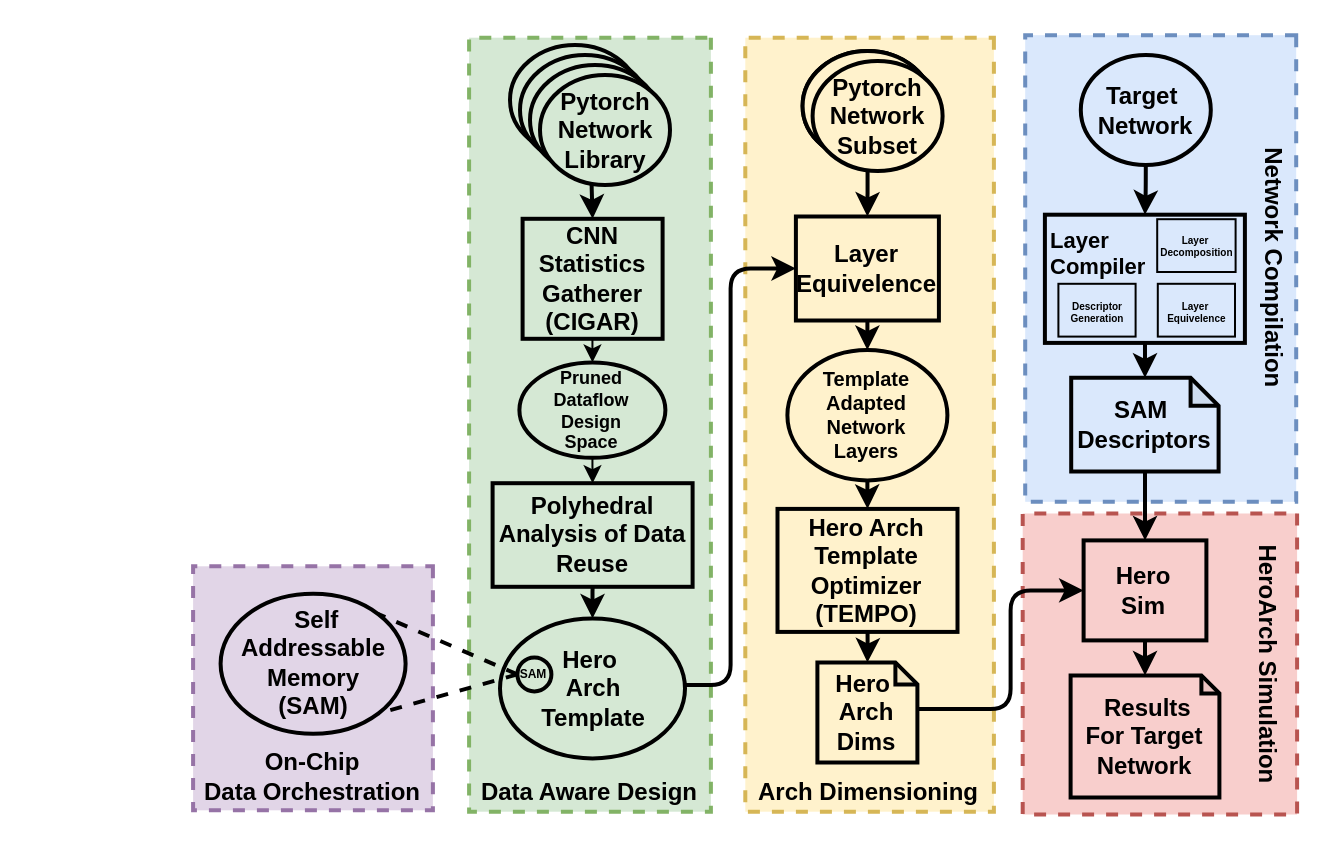
Above: FigSource/intro.drawio in asultan123/MSPaper (draw.io), before the change. Source tidied: cells renumbered, new cells numbered last; positions are measured from the earlier drawing's top-left corner, leaving out a move shared by most shapes. Both pictures are drawn from the tidied source at 200%, with x=0, y=0 at pixel (190, 44).
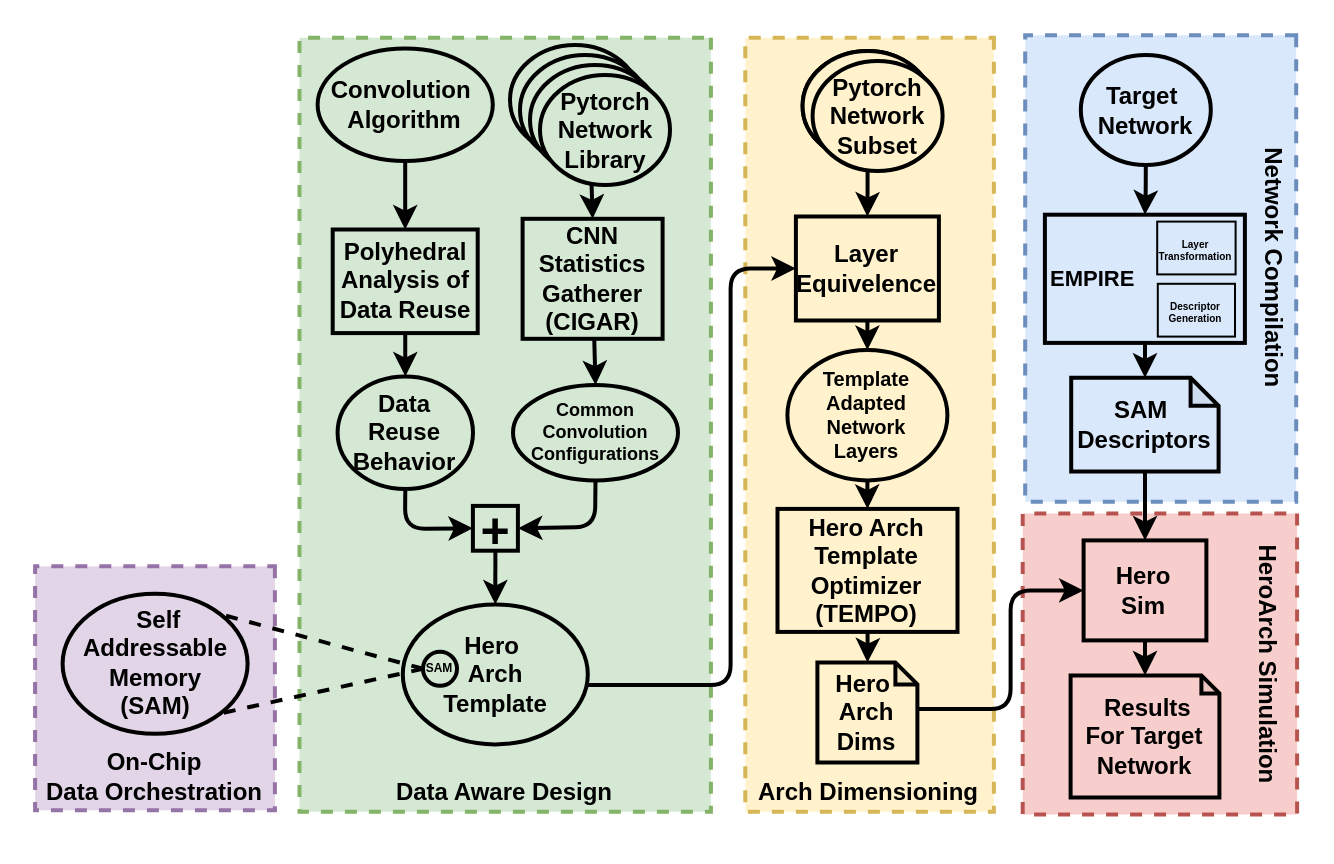
After the change.

Commit message (it also covers changes not shown here):
Fix Intro; add chap intro to tempo, net_compile

The change refers to these unchanged cells:
```xml
<mxCell id="9" value="CNN Statistics Gatherer (CIGAR)" style="rounded=0;whiteSpace=wrap;html=1;verticalAlign=middle;horizontal=0;rotation=90;fontStyle=1;fillColor=#d5e8d4;strokeColor=#000000;strokeWidth=2;" parent="1" vertex="1">
  <mxGeometry x="170.8" y="81.9" width="60" height="70" as="geometry" />
</mxCell>
```

Diff of the diagram source:
```diff
@@
     <mxCell id="2" value="On-Chip &lt;br&gt;Data Orchestration" style="rounded=0;whiteSpace=wrap;html=1;verticalAlign=bottom;horizontal=0;rotation=90;dashed=1;fillColor=#e1d5e7;strokeColor=#9673a6;fontStyle=1;strokeWidth=2;" parent="1" vertex="1">
-      <mxGeometry y="261.7" width="122" height="119.9" as="geometry" />
+      <mxGeometry x="-79" y="261.7" width="122" height="119.9" as="geometry" />
     </mxCell>
@@
+    <mxCell id="48" style="edgeStyle=none;html=1;" parent="1" edge="1" source="4" target="14">
+      <mxGeometry relative="1" as="geometry" />
+    </mxCell>
     <mxCell id="4" value="Data Aware Design" style="rounded=0;whiteSpace=wrap;html=1;verticalAlign=bottom;horizontal=0;rotation=90;dashed=1;fillColor=#d5e8d4;strokeColor=#82b366;fontStyle=1;strokeWidth=2;" parent="1" vertex="1">
-      <mxGeometry x="6" y="129.4" width="387" height="120.9" as="geometry" />
+      <mxGeometry x="-36.4" y="87" width="387" height="205.7" as="geometry" />
     </mxCell>
@@
     <mxCell id="6" value="Hero&amp;nbsp;&lt;br&gt;Arch&lt;br&gt;Template" style="ellipse;whiteSpace=wrap;html=1;fontStyle=1;fillColor=#d5e8d4;strokeColor=#000000;strokeWidth=2;" parent="1" vertex="1">
-      <mxGeometry x="154.5" y="286.7" width="92.5" height="70" as="geometry" />
+      <mxGeometry x="105.9" y="279.7" width="92.5" height="70" as="geometry" />
     </mxCell>
@@
-    <mxCell id="8" style="edgeStyle=none;html=1;entryX=0.5;entryY=0;entryDx=0;entryDy=0;fontSize=11;" parent="1" edge="1" source="9" target="45">
+    <mxCell id="8" style="edgeStyle=none;html=1;entryX=0.5;entryY=0;entryDx=0;entryDy=0;fontSize=11;strokeWidth=2;" parent="1" edge="1" source="9" target="45">
       <mxGeometry relative="1" as="geometry" />
     </mxCell>
@@
-    <mxCell id="10" style="edgeStyle=none;html=1;entryX=0.5;entryY=0;entryDx=0;entryDy=0;fontStyle=1;fillColor=#d5e8d4;strokeColor=#000000;strokeWidth=2;" parent="1" edge="1" source="11" target="6">
-      <mxGeometry relative="1" as="geometry" />
-    </mxCell>
-    <mxCell id="11" value="Polyhedral Analysis of Data Reuse" style="rounded=0;whiteSpace=wrap;html=1;verticalAlign=middle;horizontal=0;rotation=90;fontStyle=1;fillColor=#d5e8d4;strokeColor=#000000;strokeWidth=2;" parent="1" vertex="1">
-      <mxGeometry x="174.9" y="195" width="51.8" height="100" as="geometry" />
-    </mxCell>
@@
     <mxCell id="14" value="SAM" style="ellipse;whiteSpace=wrap;html=1;fontSize=6;fillColor=#d5e8d4;fontStyle=1;align=center;verticalAlign=middle;strokeColor=#000000;strokeWidth=2;" parent="1" vertex="1">
-      <mxGeometry x="163.2" y="306.2" width="17" height="17" as="geometry" />
+      <mxGeometry x="116" y="303.4" width="17" height="17" as="geometry" />
     </mxCell>
@@
-    <mxCell id="34" value="Layer&lt;br style=&quot;font-size: 11px;&quot;&gt;Compiler" style="rounded=0;whiteSpace=wrap;html=1;verticalAlign=top;horizontal=0;rotation=90;align=left;spacingLeft=1;fontStyle=1;fillColor=#dae8fc;strokeColor=#000000;strokeWidth=2;fontSize=11;" parent="1" vertex="1">
+    <mxCell id="34" value="EMPIRE" style="rounded=0;whiteSpace=wrap;html=1;verticalAlign=middle;horizontal=0;rotation=90;align=left;spacingLeft=1;fontStyle=1;fillColor=#dae8fc;strokeColor=#000000;strokeWidth=2;fontSize=11;" parent="1" vertex="1">
       <mxGeometry x="444.9" y="66.9" width="64.1" height="100" as="geometry" />
     </mxCell>
-    <mxCell id="35" value="Layer&lt;br style=&quot;font-size: 5px;&quot;&gt;&amp;nbsp;Equivelence" style="rounded=0;whiteSpace=wrap;html=1;verticalAlign=middle;horizontal=0;rotation=90;fontSize=5;fontStyle=1;fillColor=#dae8fc;strokeColor=#000000;strokeWidth=1;" parent="1" vertex="1">
-      <mxGeometry x="489.5" y="113.3" width="26.4" height="38.6" as="geometry" />
-    </mxCell>
@@
-    <mxCell id="41" value="&lt;font style=&quot;font-size: 5px&quot;&gt;Layer&lt;br&gt;&amp;nbsp;Decomposition&lt;/font&gt;" style="rounded=0;whiteSpace=wrap;html=1;verticalAlign=middle;horizontal=0;rotation=90;fontSize=5;fontStyle=1;fillColor=#dae8fc;strokeColor=#000000;strokeWidth=1;" parent="1" vertex="1">
-      <mxGeometry x="489.5" y="80.7" width="26.4" height="39.2" as="geometry" />
+    <mxCell id="41" value="Layer Transformation" style="rounded=0;whiteSpace=wrap;html=1;verticalAlign=middle;horizontal=0;rotation=90;fontSize=5;fontStyle=1;fillColor=#dae8fc;strokeColor=#000000;strokeWidth=1;" parent="1" vertex="1">
+      <mxGeometry x="489.5" y="81.9" width="26.4" height="39.2" as="geometry" />
     </mxCell>
@@
-    <mxCell id="44" style="edgeStyle=none;html=1;entryX=0;entryY=0.5;entryDx=0;entryDy=0;fontSize=11;" parent="1" edge="1" source="45" target="11">
-      <mxGeometry relative="1" as="geometry" />
-    </mxCell>
+    <mxCell id="49" style="edgeStyle=none;html=1;entryX=0.5;entryY=0;entryDx=0;entryDy=0;fontSize=25;strokeWidth=2;" parent="1" edge="1" source="45" target="54">
+      <mxGeometry relative="1" as="geometry">
+        <Array as="points">
+          <mxPoint x="202" y="241" />
+        </Array>
+      </mxGeometry>
+    </mxCell>
-    <mxCell id="45" value="Pruned&lt;br style=&quot;font-size: 9px;&quot;&gt;Dataflow&lt;br style=&quot;font-size: 9px;&quot;&gt;Design &lt;br style=&quot;font-size: 9px;&quot;&gt;Space" style="ellipse;whiteSpace=wrap;html=1;fontStyle=1;fillColor=#d5e8d4;strokeColor=#000000;strokeWidth=2;fontSize=9;" parent="1" vertex="1">
-      <mxGeometry x="164.2" y="158.7" width="73" height="47.7" as="geometry" />
+    <mxCell id="45" value="Common&lt;br&gt;Convolution&lt;br&gt;Configurations" style="ellipse;whiteSpace=wrap;html=1;fontStyle=1;fillColor=#d5e8d4;strokeColor=#000000;strokeWidth=2;fontSize=9;" parent="1" vertex="1">
+      <mxGeometry x="161" y="170" width="82.5" height="47.7" as="geometry" />
     </mxCell>
     <mxCell id="46" value="Descriptor&lt;br&gt;Generation" style="rounded=0;whiteSpace=wrap;html=1;verticalAlign=middle;horizontal=0;rotation=90;fontSize=5;fontStyle=1;fillColor=#dae8fc;strokeColor=#000000;strokeWidth=1;" parent="1" vertex="1">
-      <mxGeometry x="439.8" y="113.3" width="26.4" height="38.6" as="geometry" />
+      <mxGeometry x="489.5" y="113.3" width="26.4" height="38.6" as="geometry" />
     </mxCell>
     <mxCell id="47" value="&amp;nbsp;Self Addressable Memory &lt;br&gt;(SAM)" style="ellipse;whiteSpace=wrap;html=1;fontStyle=1;fillColor=#e1d5e7;strokeColor=#000000;strokeWidth=2;" parent="1" vertex="1">
-      <mxGeometry x="14.8" y="274.4" width="92.5" height="70" as="geometry" />
+      <mxGeometry x="-64.2" y="274.4" width="92.5" height="70" as="geometry" />
     </mxCell>
+    <mxCell id="50" style="edgeStyle=none;html=1;fontSize=12;strokeWidth=2;" parent="1" edge="1" source="11" target="56">
+      <mxGeometry relative="1" as="geometry" />
+    </mxCell>
+    <mxCell id="11" value="Polyhedral Analysis of Data Reuse" style="rounded=0;whiteSpace=wrap;html=1;verticalAlign=middle;horizontal=0;rotation=90;fontStyle=1;fillColor=#d5e8d4;strokeColor=#000000;strokeWidth=2;" parent="1" vertex="1">
+      <mxGeometry x="81.2" y="81.9" width="51.8" height="72.5" as="geometry" />
+    </mxCell>
+    <mxCell id="51" style="edgeStyle=none;html=1;strokeWidth=2;" parent="1" edge="1" source="52" target="11">
+      <mxGeometry relative="1" as="geometry" />
+    </mxCell>
+    <mxCell id="52" value="&lt;font style=&quot;font-size: 12px&quot;&gt;Convolution&amp;nbsp;&lt;br&gt;Algorithm&lt;/font&gt;" style="ellipse;whiteSpace=wrap;html=1;fontStyle=1;fillColor=#d5e8d4;strokeColor=#000000;strokeWidth=2;fontSize=9;" parent="1" vertex="1">
+      <mxGeometry x="63.3" y="1.7" width="87.6" height="56.3" as="geometry" />
+    </mxCell>
+    <mxCell id="53" style="edgeStyle=none;html=1;fontSize=25;strokeWidth=2;" parent="1" edge="1" source="54" target="6">
+      <mxGeometry relative="1" as="geometry" />
+    </mxCell>
+    <mxCell id="54" value="+" style="rounded=0;whiteSpace=wrap;html=1;verticalAlign=middle;horizontal=0;rotation=90;fontStyle=1;fillColor=#d5e8d4;strokeColor=#000000;strokeWidth=2;fontSize=25;" parent="1" vertex="1">
+      <mxGeometry x="141" y="230.4" width="22.4" height="22.5" as="geometry" />
+    </mxCell>
+    <mxCell id="55" style="edgeStyle=none;html=1;entryX=0.5;entryY=1;entryDx=0;entryDy=0;fontSize=12;strokeWidth=2;" parent="1" edge="1" source="56" target="54">
+      <mxGeometry relative="1" as="geometry">
+        <Array as="points">
+          <mxPoint x="107" y="242" />
+        </Array>
+      </mxGeometry>
+    </mxCell>
+    <mxCell id="56" value="&lt;span style=&quot;font-size: 12px&quot;&gt;Data&lt;br&gt;Reuse&lt;br&gt;Behavior&lt;br&gt;&lt;/span&gt;" style="ellipse;whiteSpace=wrap;html=1;fontStyle=1;fillColor=#d5e8d4;strokeColor=#000000;strokeWidth=2;fontSize=9;" parent="1" vertex="1">
+      <mxGeometry x="73.3" y="165.7" width="67.7" height="56.3" as="geometry" />
+    </mxCell>
```
